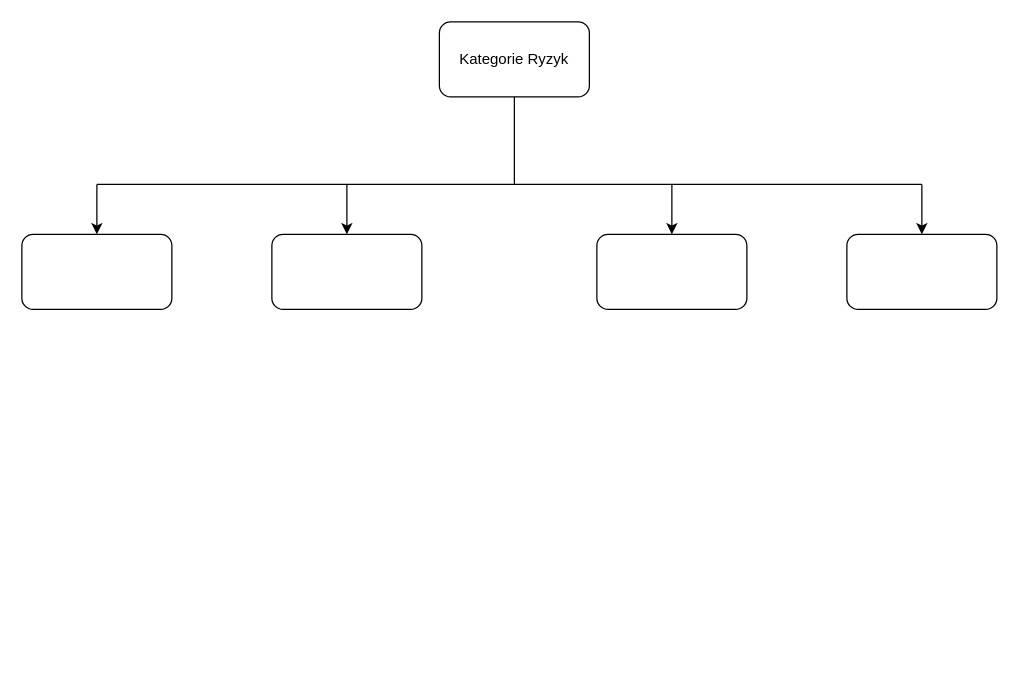
Before: drzewo_ryzyk.drawio in julian428/wbs, a draw.io diagram. Source tidied: cells renumbered, new cells numbered last; positions are measured from the earlier drawing's top-left corner, leaving out a move shared by most shapes. Both pictures are drawn from the tidied source at 125%, with x=0, y=0 at pixel (21, 21).
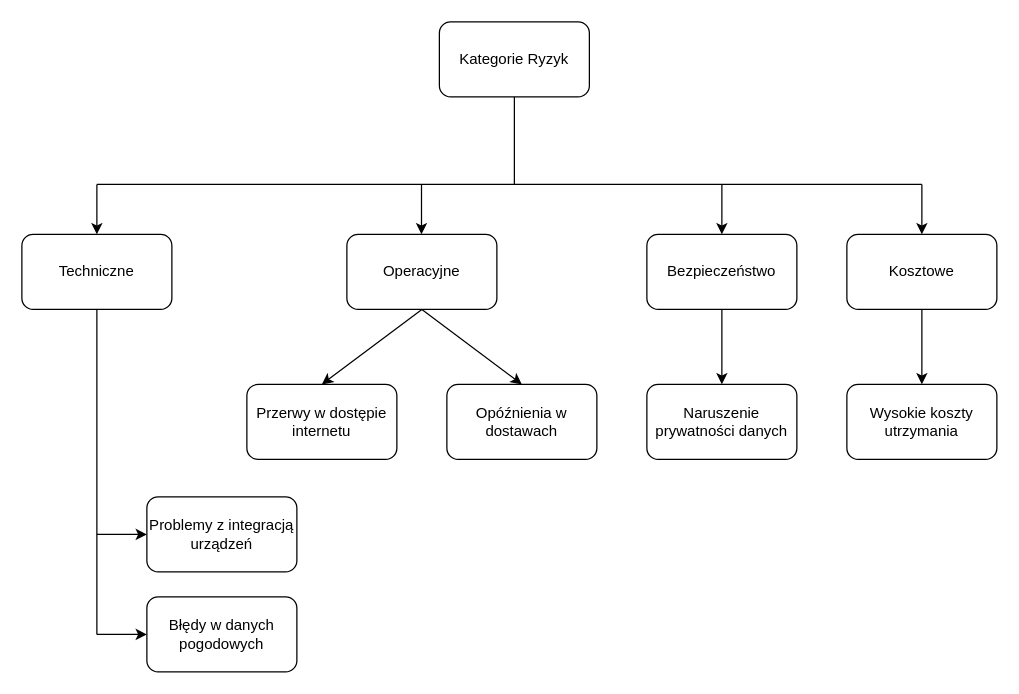
Above is the later version.

Diff of the diagram source:
```diff
@@
-    <mxCell id="4" style="rounded=1;whiteSpace=wrap;html=1;" parent="1" vertex="1">
+    <mxCell id="4" value="Techniczne" style="rounded=1;whiteSpace=wrap;html=1;" parent="1" vertex="1">
       <mxGeometry y="170" width="120" height="60" as="geometry" />
     </mxCell>
-    <mxCell id="5" style="rounded=1;whiteSpace=wrap;html=1;" parent="1" vertex="1">
+    <mxCell id="5" value="Kosztowe" style="rounded=1;whiteSpace=wrap;html=1;" parent="1" vertex="1">
       <mxGeometry x="660" y="170" width="120" height="60" as="geometry" />
     </mxCell>
-    <mxCell id="6" style="rounded=1;whiteSpace=wrap;html=1;" parent="1" vertex="1">
-      <mxGeometry x="460" y="170" width="120" height="60" as="geometry" />
+    <mxCell id="6" value="Bezpieczeństwo" style="rounded=1;whiteSpace=wrap;html=1;" parent="1" vertex="1">
+      <mxGeometry x="500" y="170" width="120" height="60" as="geometry" />
     </mxCell>
-    <mxCell id="7" style="rounded=1;whiteSpace=wrap;html=1;" parent="1" vertex="1">
-      <mxGeometry x="200" y="170" width="120" height="60" as="geometry" />
+    <mxCell id="7" value="Operacyjne" style="rounded=1;whiteSpace=wrap;html=1;" parent="1" vertex="1">
+      <mxGeometry x="260" y="170" width="120" height="60" as="geometry" />
     </mxCell>
@@
     <mxCell id="9" style="endArrow=classic;html=1;rounded=0;entryX=0.5;entryY=0;entryDx=0;entryDy=0;" parent="1" edge="1" target="6">
       <mxGeometry relative="1" as="geometry">
-        <mxPoint x="520" y="130" as="sourcePoint" />
+        <mxPoint x="560" y="130" as="sourcePoint" />
       </mxGeometry>
     </mxCell>
@@
-    <mxCell id="11" style="endArrow=classic;html=1;rounded=0;entryX=0.5;entryY=0;entryDx=0;entryDy=0;" parent="1" edge="1" target="7">
+    <mxCell id="11" style="endArrow=classic;html=1;rounded=0;entryX=0.5;entryY=0;entryDx=0;entryDy=0;" parent="1" edge="1">
       <mxGeometry relative="1" as="geometry">
-        <mxPoint x="260" y="130" as="sourcePoint" />
+        <mxPoint x="319.7" y="130" as="sourcePoint" />
+        <mxPoint x="319.7" y="170" as="targetPoint" />
       </mxGeometry>
     </mxCell>
@@
+    <mxCell id="13" style="endArrow=classic;html=1;rounded=0;exitX=0.5;exitY=1;exitDx=0;exitDy=0;" parent="1" edge="1" source="5">
+      <mxGeometry relative="1" as="geometry">
+        <mxPoint x="720" y="290" as="targetPoint" />
+      </mxGeometry>
+    </mxCell>
+    <mxCell id="14" style="endArrow=classic;html=1;rounded=0;exitX=0.5;exitY=1;exitDx=0;exitDy=0;" parent="1" edge="1" source="6">
+      <mxGeometry relative="1" as="geometry">
+        <mxPoint x="560" y="290" as="targetPoint" />
+      </mxGeometry>
+    </mxCell>
+    <mxCell id="15" value="Wysokie koszty utrzymania" style="rounded=1;whiteSpace=wrap;html=1;" parent="1" vertex="1">
+      <mxGeometry x="660" y="290" width="120" height="60" as="geometry" />
+    </mxCell>
+    <mxCell id="16" value="Naruszenie prywatności danych" style="rounded=1;whiteSpace=wrap;html=1;" parent="1" vertex="1">
+      <mxGeometry x="500" y="290" width="120" height="60" as="geometry" />
+    </mxCell>
+    <mxCell id="17" style="endArrow=classic;html=1;rounded=0;exitX=0.5;exitY=1;exitDx=0;exitDy=0;" parent="1" edge="1" source="7">
+      <mxGeometry relative="1" as="geometry">
+        <mxPoint x="400" y="290" as="targetPoint" />
+      </mxGeometry>
+    </mxCell>
+    <mxCell id="18" style="endArrow=classic;html=1;rounded=0;" parent="1" edge="1">
+      <mxGeometry relative="1" as="geometry">
+        <mxPoint x="320" y="230" as="sourcePoint" />
+        <mxPoint x="240" y="290" as="targetPoint" />
+      </mxGeometry>
+    </mxCell>
+    <mxCell id="19" value="Przerwy w dostępie internetu" style="rounded=1;whiteSpace=wrap;html=1;" parent="1" vertex="1">
+      <mxGeometry x="180" y="290" width="120" height="60" as="geometry" />
+    </mxCell>
+    <mxCell id="20" value="Opóźnienia w dostawach" style="rounded=1;whiteSpace=wrap;html=1;" parent="1" vertex="1">
+      <mxGeometry x="340" y="290" width="120" height="60" as="geometry" />
+    </mxCell>
+    <mxCell id="21" style="endArrow=none;html=1;rounded=0;entryX=0.5;entryY=1;entryDx=0;entryDy=0;" parent="1" edge="1" target="4">
+      <mxGeometry relative="1" as="geometry">
+        <mxPoint x="60" y="490" as="sourcePoint" />
+      </mxGeometry>
+    </mxCell>
+    <mxCell id="22" value="Problemy z integracją urządzeń" style="rounded=1;whiteSpace=wrap;html=1;" parent="1" vertex="1">
+      <mxGeometry x="100" y="380" width="120" height="60" as="geometry" />
+    </mxCell>
+    <mxCell id="23" value="Błędy w danych pogodowych" style="rounded=1;whiteSpace=wrap;html=1;" parent="1" vertex="1">
+      <mxGeometry x="100" y="460" width="120" height="60" as="geometry" />
+    </mxCell>
+    <mxCell id="24" style="endArrow=classic;html=1;rounded=0;entryX=0;entryY=0.5;entryDx=0;entryDy=0;" parent="1" edge="1" target="22">
+      <mxGeometry relative="1" as="geometry">
+        <mxPoint x="60" y="410" as="sourcePoint" />
+      </mxGeometry>
+    </mxCell>
+    <mxCell id="25" style="endArrow=classic;html=1;rounded=0;" parent="1" edge="1" target="23">
+      <mxGeometry relative="1" as="geometry">
+        <mxPoint x="60" y="490" as="sourcePoint" />
+      </mxGeometry>
+    </mxCell>
```
